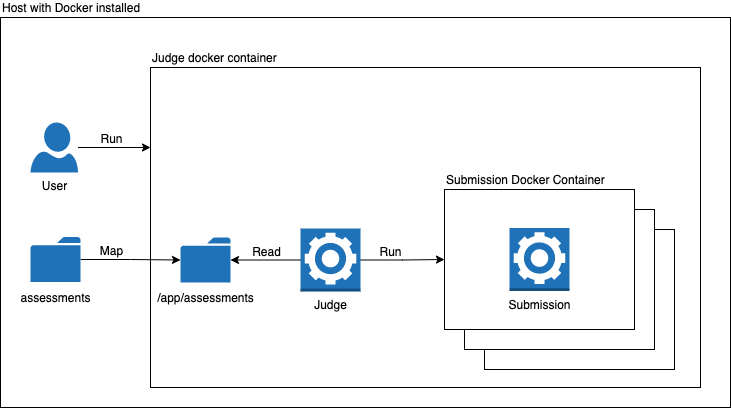
Above: .github/blobs/JudgePackageDiagram.png in shumutun/bluescape (draw.io), before the change. Source tidied: cells renumbered, new cells last; positions are measured from the earlier drawing's top-left corner, leaving out a move shared by most shapes.
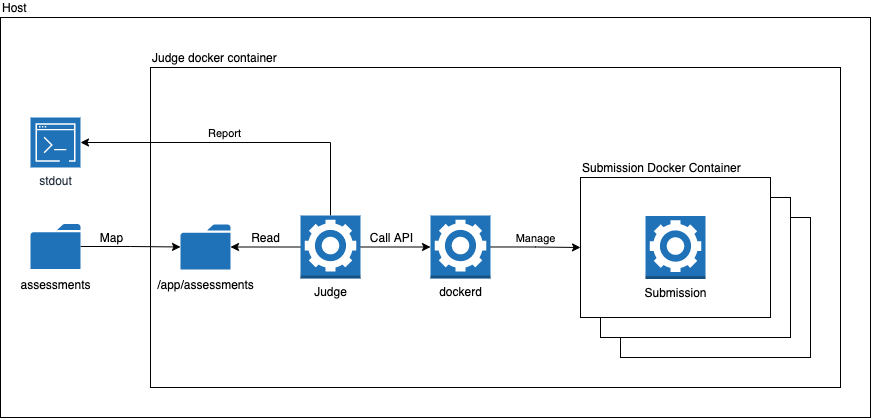
Above is the later version.

Commit message:
Code and report enhancements

Diff of the diagram source:
```diff
@@ -2,29 +2,18 @@
   <root>
     <mxCell id="0" />
     <mxCell id="1" parent="0" />
-    <mxCell id="2" value="Host with Docker installed" style="whiteSpace=wrap;html=1;labelPosition=center;verticalLabelPosition=top;align=left;verticalAlign=bottom;fillColor=default;" parent="1" vertex="1">
-      <mxGeometry width="730" height="390" as="geometry" />
+    <mxCell id="2" value="Host" style="whiteSpace=wrap;html=1;labelPosition=center;verticalLabelPosition=top;align=left;verticalAlign=bottom;fillColor=default;" parent="1" vertex="1">
+      <mxGeometry width="870" height="400" as="geometry" />
     </mxCell>
     <mxCell id="3" value="Judge docker container" style="rounded=0;whiteSpace=wrap;html=1;fontFamily=Helvetica;fontSize=12;fillColor=default;labelPosition=center;verticalLabelPosition=top;align=left;verticalAlign=bottom;" parent="1" vertex="1">
-      <mxGeometry x="150" y="50" width="550" height="320" as="geometry" />
+      <mxGeometry x="150" y="50" width="690" height="320" as="geometry" />
     </mxCell>
     <mxCell id="4" style="rounded=0;whiteSpace=wrap;html=1;fontFamily=Helvetica;fontSize=12;fillColor=default;labelPosition=center;verticalLabelPosition=top;align=left;verticalAlign=bottom;" parent="1" vertex="1">
-      <mxGeometry x="484" y="212" width="190" height="140" as="geometry" />
+      <mxGeometry x="620" y="200" width="190" height="140" as="geometry" />
     </mxCell>
     <mxCell id="5" style="rounded=0;whiteSpace=wrap;html=1;fontFamily=Helvetica;fontSize=12;fillColor=default;labelPosition=center;verticalLabelPosition=top;align=left;verticalAlign=bottom;" parent="1" vertex="1">
-      <mxGeometry x="464" y="192" width="190" height="140" as="geometry" />
+      <mxGeometry x="600" y="180" width="190" height="140" as="geometry" />
     </mxCell>
-    <mxCell id="6" style="edgeStyle=orthogonalEdgeStyle;rounded=0;jettySize=auto;html=1;entryX=0;entryY=0.25;entryDx=0;entryDy=0;" parent="1" edge="1" source="8" target="3">
-      <mxGeometry relative="1" as="geometry" />
-    </mxCell>
-    <mxCell id="7" value="Run" style="edgeLabel;html=1;align=center;verticalAlign=bottom;fontSize=12;fontFamily=Helvetica;labelPosition=center;verticalLabelPosition=top;" parent="6" vertex="1">
-      <mxGeometry x="0.09" y="2" relative="1" as="geometry">
-        <mxPoint x="-7" y="2" as="offset" />
-      </mxGeometry>
-    </mxCell>
-    <mxCell id="8" value="User" style="verticalLabelPosition=bottom;html=1;verticalAlign=top;align=center;strokeColor=none;fillColor=#2072B8;shape=mxgraph.azure.user;fontFamily=Helvetica;" parent="1" vertex="1">
-      <mxGeometry x="30" y="105" width="47.5" height="50" as="geometry" />
-    </mxCell>
     <mxCell id="9" style="edgeStyle=orthogonalEdgeStyle;rounded=0;jettySize=auto;html=1;fontFamily=Helvetica;fontSize=12;" parent="1" edge="1" source="11" target="12">
       <mxGeometry relative="1" as="geometry" />
     </mxCell>
@@ -34,10 +23,10 @@
       </mxGeometry>
     </mxCell>
     <mxCell id="11" value="&lt;div style=&quot;background-color: rgb(255, 255, 255); line-height: 18px; font-size: 12px;&quot;&gt;assessments&lt;/div&gt;" style="sketch=0;shadow=0;dashed=0;html=1;strokeColor=none;labelPosition=center;verticalLabelPosition=bottom;verticalAlign=top;outlineConnect=0;align=center;shape=mxgraph.office.concepts.folder;fillColor=#2072B8;fontFamily=Helvetica;fontSize=12;" parent="1" vertex="1">
-      <mxGeometry x="30" y="219.5" width="50" height="45" as="geometry" />
+      <mxGeometry x="30" y="206.5" width="50" height="45" as="geometry" />
     </mxCell>
     <mxCell id="12" value="&lt;div style=&quot;background-color: rgb(255, 255, 255); line-height: 18px; font-size: 12px;&quot;&gt;/app/assessments&lt;/div&gt;" style="sketch=0;shadow=0;dashed=0;html=1;strokeColor=none;labelPosition=center;verticalLabelPosition=bottom;verticalAlign=top;outlineConnect=0;align=center;shape=mxgraph.office.concepts.folder;fillColor=#2072B8;fontFamily=Helvetica;fontSize=12;" parent="1" vertex="1">
-      <mxGeometry x="180" y="220" width="50" height="45" as="geometry" />
+      <mxGeometry x="180" y="207" width="50" height="45" as="geometry" />
     </mxCell>
     <mxCell id="13" style="edgeStyle=orthogonalEdgeStyle;rounded=0;jettySize=auto;html=1;fontFamily=Helvetica;fontSize=12;" parent="1" edge="1" source="17" target="12">
       <mxGeometry relative="1" as="geometry" />
@@ -45,20 +34,44 @@
     <mxCell id="14" value="Read" style="edgeLabel;html=1;align=center;verticalAlign=bottom;fontSize=12;fontFamily=Helvetica;labelPosition=center;verticalLabelPosition=top;" parent="13" vertex="1">
       <mxGeometry relative="1" as="geometry" />
     </mxCell>
-    <mxCell id="15" style="edgeStyle=orthogonalEdgeStyle;rounded=0;jettySize=auto;html=1;fontFamily=Helvetica;fontSize=12;labelPosition=center;verticalLabelPosition=top;align=center;verticalAlign=bottom;entryX=0;entryY=0.5;entryDx=0;entryDy=0;" parent="1" edge="1" source="17" target="18">
+    <mxCell id="15" style="edgeStyle=orthogonalEdgeStyle;rounded=0;jettySize=auto;html=1;fontFamily=Helvetica;fontSize=12;labelPosition=center;verticalLabelPosition=top;align=center;verticalAlign=bottom;entryX=0;entryY=0.5;entryDx=0;entryDy=0;entryPerimeter=0;" parent="1" edge="1" source="17" target="24">
       <mxGeometry relative="1" as="geometry" />
     </mxCell>
-    <mxCell id="16" value="Run" style="edgeLabel;html=1;align=center;verticalAlign=bottom;fontSize=12;fontFamily=Helvetica;labelPosition=center;verticalLabelPosition=top;" parent="15" vertex="1">
-      <mxGeometry x="-0.32" relative="1" as="geometry" />
+    <mxCell id="16" value="Call API" style="edgeLabel;html=1;align=center;verticalAlign=bottom;fontSize=12;fontFamily=Helvetica;labelPosition=center;verticalLabelPosition=top;" parent="15" vertex="1">
+      <mxGeometry x="-0.32" relative="1" as="geometry">
+        <mxPoint x="7" as="offset" />
+      </mxGeometry>
     </mxCell>
+    <mxCell id="20" style="edgeStyle=orthogonalEdgeStyle;rounded=0;jettySize=auto;html=1;entryX=1;entryY=0.5;entryDx=0;entryDy=0;entryPerimeter=0;" parent="1" edge="1" source="17" target="25">
+      <mxGeometry relative="1" as="geometry">
+        <Array as="points">
+          <mxPoint x="330" y="125" />
+        </Array>
+      </mxGeometry>
+    </mxCell>
+    <mxCell id="21" value="Report" style="edgeLabel;html=1;align=center;verticalAlign=bottom;labelPosition=center;verticalLabelPosition=top;" parent="20" vertex="1">
+      <mxGeometry x="0.11" y="-1" relative="1" as="geometry" />
+    </mxCell>
     <mxCell id="17" value="Judge" style="outlineConnect=0;dashed=0;verticalLabelPosition=bottom;verticalAlign=top;align=center;html=1;shape=mxgraph.aws3.worker;fillColor=#2072B8;gradientColor=none;fontFamily=Helvetica;fontSize=12;" parent="1" vertex="1">
-      <mxGeometry x="300" y="211" width="60" height="63" as="geometry" />
+      <mxGeometry x="300" y="198" width="60" height="63" as="geometry" />
     </mxCell>
     <mxCell id="18" value="Submission Docker Container" style="rounded=0;whiteSpace=wrap;html=1;fontFamily=Helvetica;fontSize=12;fillColor=default;labelPosition=center;verticalLabelPosition=top;align=left;verticalAlign=bottom;" parent="1" vertex="1">
-      <mxGeometry x="444" y="172" width="190" height="140" as="geometry" />
+      <mxGeometry x="580" y="160" width="190" height="140" as="geometry" />
     </mxCell>
     <mxCell id="19" value="Submission" style="dashed=0;verticalLabelPosition=bottom;verticalAlign=top;align=center;html=1;shape=mxgraph.aws3.worker;fillColor=#2072B8;gradientColor=none;fontFamily=Helvetica;fontSize=12;" parent="1" vertex="1">
-      <mxGeometry x="509" y="210.5" width="60" height="63" as="geometry" />
+      <mxGeometry x="645" y="198.5" width="60" height="63" as="geometry" />
     </mxCell>
+    <mxCell id="22" style="edgeStyle=orthogonalEdgeStyle;rounded=0;jettySize=auto;html=1;entryX=0;entryY=0.5;entryDx=0;entryDy=0;" parent="1" edge="1" source="24" target="18">
+      <mxGeometry relative="1" as="geometry" />
+    </mxCell>
+    <mxCell id="23" value="Manage" style="edgeLabel;html=1;align=center;verticalAlign=bottom;labelPosition=center;verticalLabelPosition=top;" parent="22" vertex="1">
+      <mxGeometry x="-0.01" relative="1" as="geometry" />
+    </mxCell>
+    <mxCell id="24" value="dockerd" style="outlineConnect=0;dashed=0;verticalLabelPosition=bottom;verticalAlign=top;align=center;html=1;shape=mxgraph.aws3.worker;fillColor=#2072B8;gradientColor=none;fontFamily=Helvetica;fontSize=12;" parent="1" vertex="1">
+      <mxGeometry x="430" y="198" width="60" height="63" as="geometry" />
+    </mxCell>
+    <mxCell id="25" value="stdout" style="sketch=0;points=[[0,0,0],[0.25,0,0],[0.5,0,0],[0.75,0,0],[1,0,0],[0,1,0],[0.25,1,0],[0.5,1,0],[0.75,1,0],[1,1,0],[0,0.25,0],[0,0.5,0],[0,0.75,0],[1,0.25,0],[1,0.5,0],[1,0.75,0]];outlineConnect=0;fontColor=#232F3E;gradientColor=none;gradientDirection=north;fillColor=#2072B8;strokeColor=#ffffff;dashed=0;verticalLabelPosition=bottom;verticalAlign=top;align=center;html=1;fontSize=12;fontStyle=0;shape=mxgraph.aws4.resourceIcon;resIcon=mxgraph.aws4.command_line_interface;" parent="1" vertex="1">
+      <mxGeometry x="30" y="100" width="50" height="50" as="geometry" />
+    </mxCell>
   </root>
 </mxGraphModel>
```
